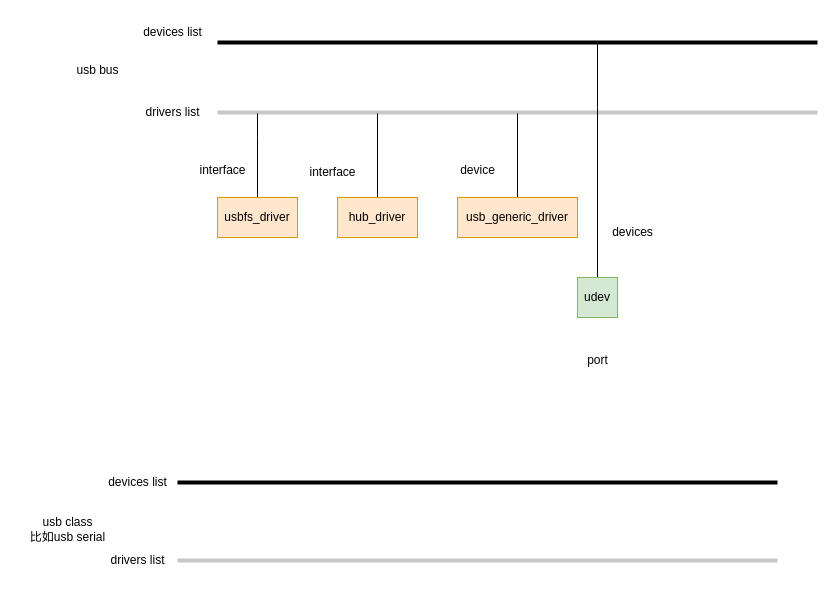
Vinson-001/Blog-flow-chart keeps this draw.io diagram as page "usb bus 模型" (2 of 3) of linux usb 串口驱动框架.drawio. Above is the earlier version. Source tidied: cells renumbered, new cells numbered last; positions are measured from the earlier drawing's top-left corner, leaving out a move shared by most shapes. Both pictures are drawn from the tidied source at 100%, with x=0, y=0 at pixel (17, 17).
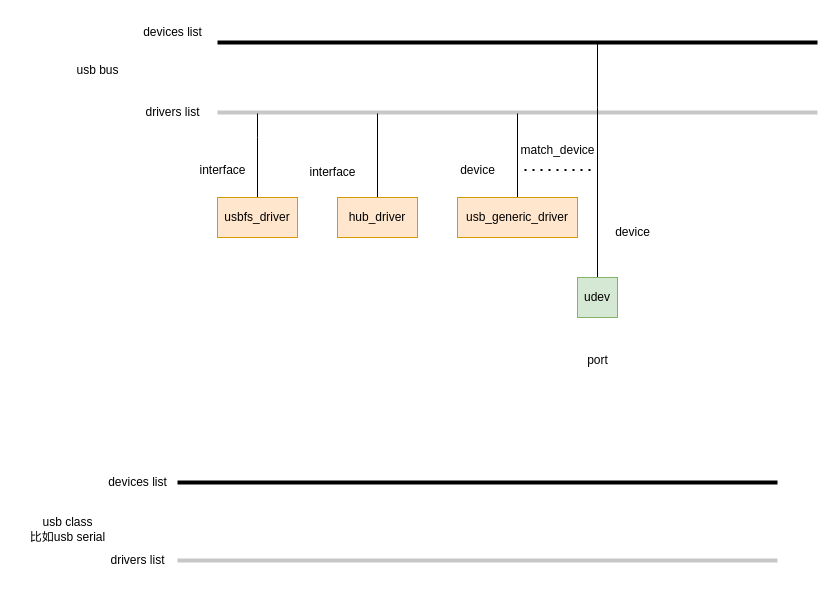
After the change.

Commit message:
更新linux usb 串口驱动框架.drawio

The edit, as a diff of the source:
```diff
@@
-    <mxCell id="24" value="devices" style="text;html=1;align=center;verticalAlign=middle;strokeColor=none;fillColor=none;" parent="1" vertex="1">
+    <mxCell id="24" value="device" style="text;html=1;align=center;verticalAlign=middle;strokeColor=none;fillColor=none;" parent="1" vertex="1">
       <mxGeometry x="585" y="200" width="60" height="30" as="geometry" />
     </mxCell>
+    <mxCell id="25" style="endArrow=none;dashed=1;html=1;dashPattern=1 3;strokeWidth=2;rounded=0;" parent="1" edge="1">
+      <mxGeometry relative="1" as="geometry">
+        <mxPoint x="507" y="152.5" as="sourcePoint" />
+        <mxPoint x="577" y="152.5" as="targetPoint" />
+      </mxGeometry>
+    </mxCell>
+    <mxCell id="26" value="match_device" style="text;html=1;align=center;verticalAlign=middle;strokeColor=none;fillColor=none;" parent="1" vertex="1">
+      <mxGeometry x="490" y="118" width="100" height="30" as="geometry" />
+    </mxCell>
```
